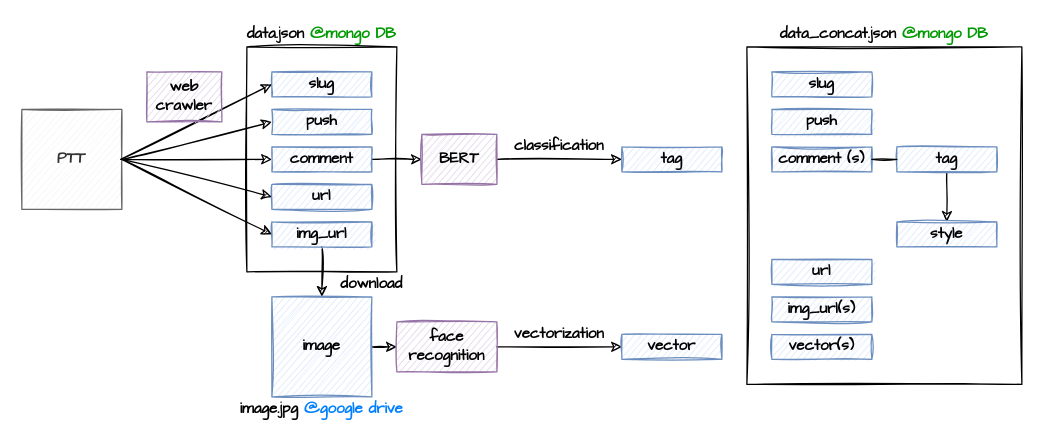
Before: page "Page-1" (1 of 2) of Dataflow.drawio in headisnotsmall/draw.io, a draw.io diagram. Source tidied: cells renumbered, new cells numbered last; positions are measured from the earlier drawing's top-left corner, leaving out a move shared by most shapes. Both pictures are drawn from the tidied source at 125%, with x=0, y=0 at pixel (21, 21).
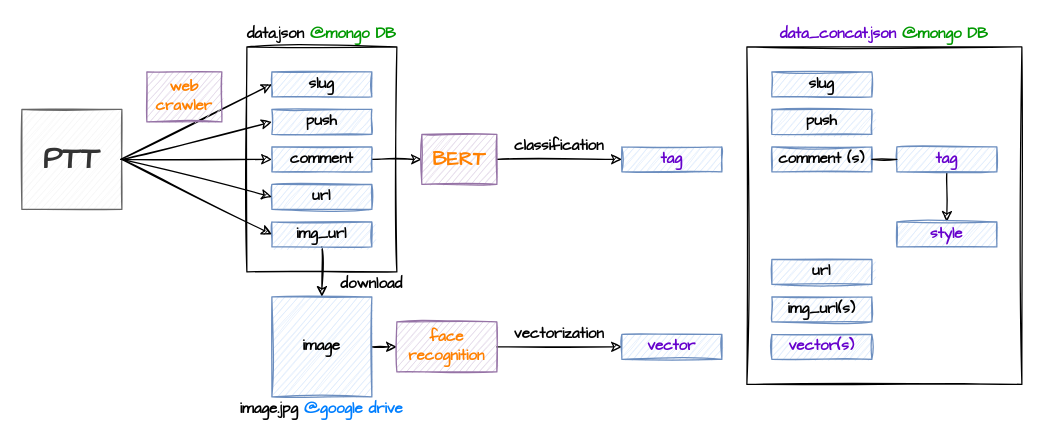
After the change.

Diff of the diagram source:
```diff
@@
-    <mxCell id="4" value="&lt;div&gt;PTT&lt;/div&gt;" style="rounded=0;whiteSpace=wrap;html=1;fontFamily=Comic Sans MS;sketch=1;fontStyle=1;fillColor=#f5f5f5;strokeColor=#666666;fontColor=#333333;" parent="1" vertex="1">
+    <mxCell id="4" value="&lt;div style=&quot;font-size: 24px;&quot;&gt;PTT&lt;/div&gt;" style="rounded=0;whiteSpace=wrap;html=1;fontFamily=Comic Sans MS;sketch=1;fontStyle=1;fillColor=#f5f5f5;strokeColor=#666666;fontColor=#333333;fontSize=24;" parent="1" vertex="1">
       <mxGeometry y="70" width="80" height="80" as="geometry" />
     </mxCell>
@@
-    <mxCell id="15" value="BERT" style="rounded=0;whiteSpace=wrap;html=1;fontFamily=Comic Sans MS;sketch=1;fontStyle=1;fillColor=#e1d5e7;strokeColor=#9673a6;" parent="1" vertex="1">
+    <mxCell id="15" value="BERT" style="rounded=0;whiteSpace=wrap;html=1;fontFamily=Comic Sans MS;sketch=1;fontStyle=1;fillColor=#e1d5e7;strokeColor=#9673a6;fontColor=#FF8000;fontSize=16;" parent="1" vertex="1">
       <mxGeometry x="320" y="90" width="60" height="40" as="geometry" />
     </mxCell>
-    <mxCell id="16" value="tag" style="rounded=0;whiteSpace=wrap;html=1;fontFamily=Comic Sans MS;sketch=1;fontStyle=1;fillColor=#dae8fc;strokeColor=#6c8ebf;" parent="1" vertex="1">
+    <mxCell id="16" value="tag" style="rounded=0;whiteSpace=wrap;html=1;fontFamily=Comic Sans MS;sketch=1;fontStyle=1;fillColor=#dae8fc;strokeColor=#6c8ebf;fontColor=#6600CC;" parent="1" vertex="1">
       <mxGeometry x="480" y="100" width="80" height="20" as="geometry" />
     </mxCell>
@@
-    <mxCell id="18" value="face&lt;br&gt;recognition" style="rounded=0;whiteSpace=wrap;html=1;fontFamily=Comic Sans MS;sketch=1;fontStyle=1;fillColor=#e1d5e7;strokeColor=#9673a6;" parent="1" vertex="1">
+    <mxCell id="18" value="face&lt;br style=&quot;font-size: 12px;&quot;&gt;recognition" style="rounded=0;whiteSpace=wrap;html=1;fontFamily=Comic Sans MS;sketch=1;fontStyle=1;fillColor=#e1d5e7;strokeColor=#9673a6;fontColor=#FF8000;fontSize=12;" parent="1" vertex="1">
       <mxGeometry x="300" y="240" width="80" height="40" as="geometry" />
     </mxCell>
-    <mxCell id="19" style="edgeStyle=orthogonalEdgeStyle;rounded=0;jettySize=auto;html=1;exitX=0.5;exitY=1;exitDx=0;exitDy=0;entryX=0.5;entryY=0;entryDx=0;entryDy=0;fontFamily=Comic Sans MS;sketch=1;fontStyle=1;" parent="1" edge="1" source="20" target="34">
+    <mxCell id="19" style="edgeStyle=orthogonalEdgeStyle;rounded=0;jettySize=auto;html=1;exitX=0.5;exitY=1;exitDx=0;exitDy=0;entryX=0.5;entryY=0;entryDx=0;entryDy=0;fontFamily=Comic Sans MS;sketch=1;fontStyle=1;fontColor=#6600CC;" parent="1" edge="1" source="20" target="34">
       <mxGeometry relative="1" as="geometry" />
     </mxCell>
-    <mxCell id="20" value="tag" style="rounded=0;whiteSpace=wrap;html=1;fontFamily=Comic Sans MS;sketch=1;fontStyle=1;fillColor=#dae8fc;strokeColor=#6c8ebf;" parent="1" vertex="1">
+    <mxCell id="20" value="tag" style="rounded=0;whiteSpace=wrap;html=1;fontFamily=Comic Sans MS;sketch=1;fontStyle=1;fillColor=#dae8fc;strokeColor=#6c8ebf;fontColor=#6600CC;" parent="1" vertex="1">
       <mxGeometry x="700" y="100" width="80" height="20" as="geometry" />
     </mxCell>
@@
-    <mxCell id="26" value="&lt;div&gt;web&lt;/div&gt;&lt;div&gt;crawler&lt;br&gt;&lt;/div&gt;" style="rounded=0;whiteSpace=wrap;html=1;fontFamily=Comic Sans MS;sketch=1;fontStyle=1;fillColor=#e1d5e7;strokeColor=#9673a6;" parent="1" vertex="1">
+    <mxCell id="26" value="&lt;div style=&quot;font-size: 12px;&quot;&gt;web&lt;/div&gt;&lt;div style=&quot;font-size: 12px;&quot;&gt;crawler&lt;br style=&quot;font-size: 12px;&quot;&gt;&lt;/div&gt;" style="rounded=0;whiteSpace=wrap;html=1;fontFamily=Comic Sans MS;sketch=1;fontStyle=1;fillColor=#e1d5e7;strokeColor=#9673a6;fontColor=#FF8000;fontSize=12;" parent="1" vertex="1">
       <mxGeometry x="100" y="40" width="60" height="40" as="geometry" />
     </mxCell>
@@
-    <mxCell id="34" value="&lt;div&gt;style&lt;/div&gt;" style="rounded=0;whiteSpace=wrap;html=1;fontFamily=Comic Sans MS;sketch=1;fontStyle=1;fillColor=#dae8fc;strokeColor=#6c8ebf;" parent="1" vertex="1">
+    <mxCell id="34" value="&lt;div&gt;style&lt;/div&gt;" style="rounded=0;whiteSpace=wrap;html=1;fontFamily=Comic Sans MS;sketch=1;fontStyle=1;fillColor=#dae8fc;strokeColor=#6c8ebf;fontColor=#6600CC;" parent="1" vertex="1">
       <mxGeometry x="700" y="160" width="80" height="20" as="geometry" />
     </mxCell>
-    <mxCell id="35" value="data_concat.json &lt;font color=&quot;#009900&quot;&gt;@mongo DB&lt;/font&gt;" style="text;html=1;strokeColor=none;fillColor=none;align=center;verticalAlign=middle;whiteSpace=wrap;rounded=0;fontFamily=Comic Sans MS;sketch=1;fontStyle=1;" parent="1" vertex="1">
+    <mxCell id="35" value="&lt;font color=&quot;#6600CC&quot;&gt;data_concat.json&lt;/font&gt; &lt;font color=&quot;#009900&quot;&gt;@mongo DB&lt;/font&gt;" style="text;html=1;strokeColor=none;fillColor=none;align=center;verticalAlign=middle;whiteSpace=wrap;rounded=0;fontFamily=Comic Sans MS;sketch=1;fontStyle=1;" parent="1" vertex="1">
       <mxGeometry x="580" width="220" height="20" as="geometry" />
     </mxCell>
@@
-    <mxCell id="37" value="vector" style="rounded=0;whiteSpace=wrap;html=1;fontFamily=Comic Sans MS;sketch=1;fontStyle=1;fillColor=#dae8fc;strokeColor=#6c8ebf;" parent="1" vertex="1">
+    <mxCell id="37" value="vector" style="rounded=0;whiteSpace=wrap;html=1;fontFamily=Comic Sans MS;sketch=1;fontStyle=1;fillColor=#dae8fc;strokeColor=#6c8ebf;fontColor=#6600CC;" parent="1" vertex="1">
       <mxGeometry x="480" y="250" width="80" height="20" as="geometry" />
     </mxCell>
@@
-    <mxCell id="41" value="vector(s)" style="rounded=0;whiteSpace=wrap;html=1;fontFamily=Comic Sans MS;sketch=1;fontStyle=1;fillColor=#dae8fc;strokeColor=#6c8ebf;" parent="1" vertex="1">
+    <mxCell id="41" value="vector(s)" style="rounded=0;whiteSpace=wrap;html=1;fontFamily=Comic Sans MS;sketch=1;fontStyle=1;fillColor=#dae8fc;strokeColor=#6c8ebf;fontColor=#6600CC;" parent="1" vertex="1">
       <mxGeometry x="600" y="250" width="80" height="20" as="geometry" />
     </mxCell>
```
